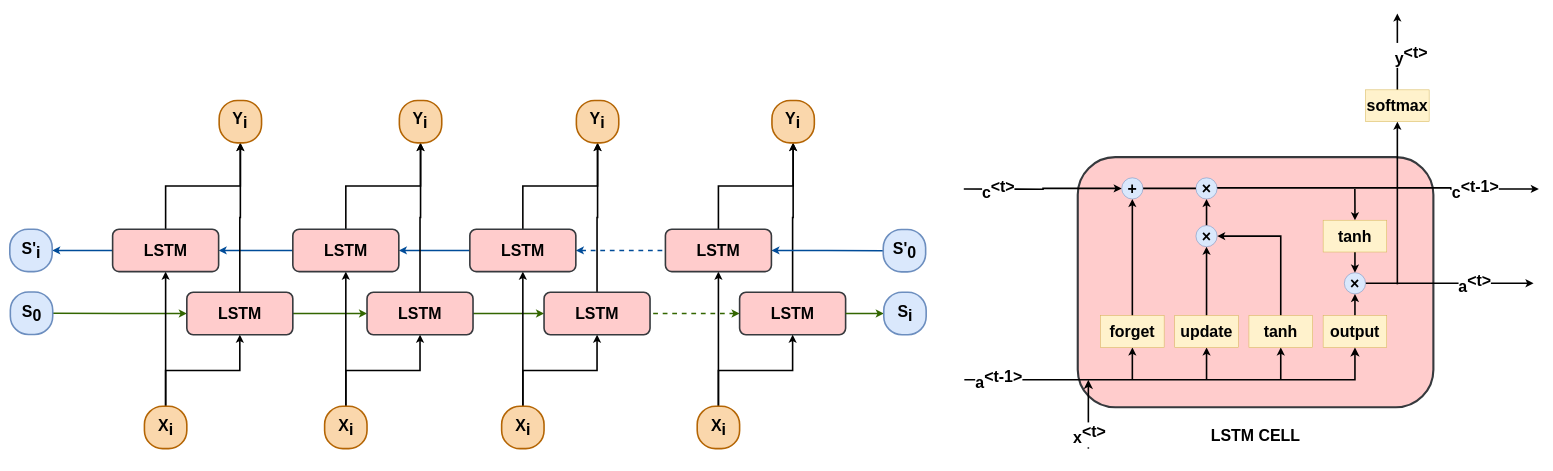
JinboYao/mentalHealthPrediction keeps this draw.io diagram as BILSTM.drawio. Above is the earlier version. Source tidied: cells renumbered, new cells numbered last; positions are measured from the earlier drawing's top-left corner, leaving out a move shared by most shapes. Both pictures are drawn from the tidied source at 53%, with x=0, y=0 at pixel (10, 13).
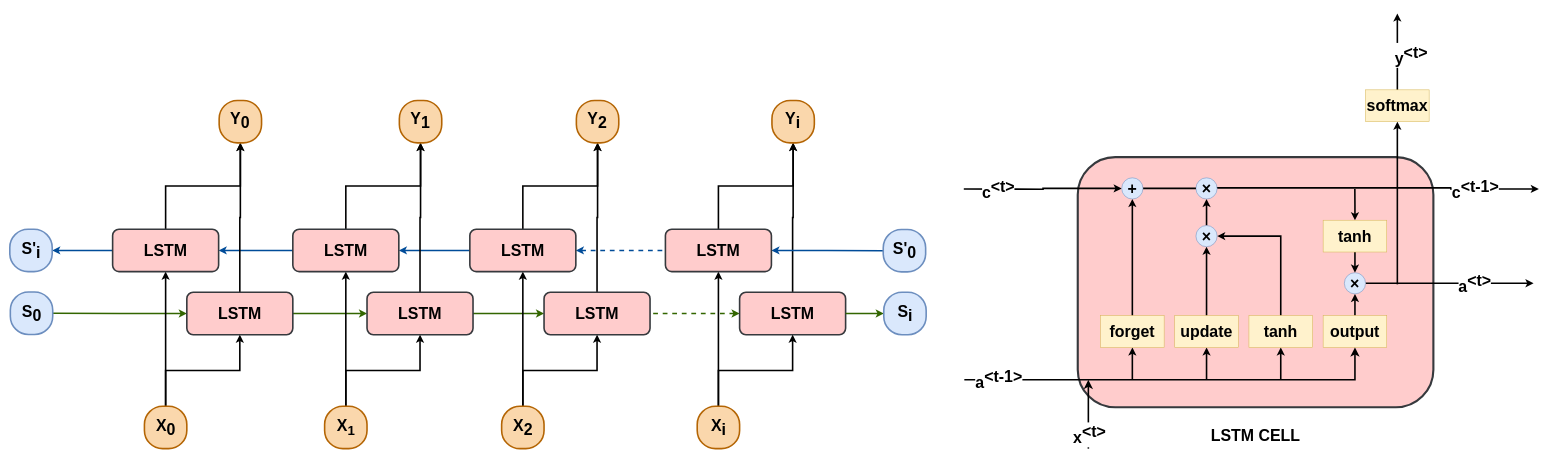
Above is the later version.

What changed in the source:
```diff
@@
-    <mxCell id="66" value="&lt;span style=&quot;font-size: 30px;&quot;&gt;&lt;font style=&quot;font-size: 30px;&quot;&gt;X&lt;/font&gt;&lt;sub style=&quot;font-size: 30px;&quot;&gt;i&lt;/sub&gt;&lt;/span&gt;" style="text;html=1;align=center;verticalAlign=middle;strokeColor=none;fillColor=none;fontStyle=1;rounded=1;fontSize=30;flipV=1;strokeWidth=3;" parent="1" vertex="1">
-      <mxGeometry x="943" y="751" width="50" height="60" as="geometry" />
+    <mxCell id="66" value="&lt;span style=&quot;font-size: 30px;&quot;&gt;&lt;font style=&quot;font-size: 30px;&quot;&gt;X&lt;/font&gt;&lt;sub style=&quot;font-size: 30px;&quot;&gt;2&lt;/sub&gt;&lt;/span&gt;" style="text;html=1;align=center;verticalAlign=middle;strokeColor=none;fillColor=none;fontStyle=1;rounded=1;fontSize=30;flipV=1;strokeWidth=3;" parent="1" vertex="1">
+      <mxGeometry x="938" y="751" width="60" height="60" as="geometry" />
     </mxCell>
@@
-    <mxCell id="72" value="&lt;font style=&quot;font-size: 30px;&quot;&gt;Y&lt;sub style=&quot;font-size: 30px;&quot;&gt;i&lt;/sub&gt;&lt;/font&gt;" style="text;html=1;align=center;verticalAlign=middle;strokeColor=none;fillColor=none;fontStyle=1;rounded=1;fontSize=30;strokeWidth=3;" parent="1" vertex="1">
-      <mxGeometry x="1083" y="172" width="50" height="60" as="geometry" />
+    <mxCell id="72" value="&lt;font style=&quot;font-size: 30px;&quot;&gt;Y&lt;sub style=&quot;font-size: 30px;&quot;&gt;2&lt;/sub&gt;&lt;/font&gt;" style="text;html=1;align=center;verticalAlign=middle;strokeColor=none;fillColor=none;fontStyle=1;rounded=1;fontSize=30;strokeWidth=3;" parent="1" vertex="1">
+      <mxGeometry x="1078" y="172" width="60" height="60" as="geometry" />
     </mxCell>
@@
-    <mxCell id="79" value="&lt;span style=&quot;font-size: 30px;&quot;&gt;&lt;font style=&quot;font-size: 30px;&quot;&gt;X&lt;/font&gt;&lt;sub style=&quot;font-size: 30px;&quot;&gt;i&lt;/sub&gt;&lt;/span&gt;" style="text;html=1;align=center;verticalAlign=middle;strokeColor=none;fillColor=none;fontStyle=1;rounded=1;fontSize=30;flipV=1;strokeWidth=3;" parent="1" vertex="1">
-      <mxGeometry x="609" y="751" width="50" height="60" as="geometry" />
+    <mxCell id="79" value="&lt;span style=&quot;font-size: 30px;&quot;&gt;&lt;font style=&quot;font-size: 30px;&quot;&gt;X&lt;sub&gt;1&lt;/sub&gt;&lt;/font&gt;&lt;/span&gt;" style="text;html=1;align=center;verticalAlign=middle;strokeColor=none;fillColor=none;fontStyle=1;rounded=1;fontSize=30;flipV=1;strokeWidth=3;" parent="1" vertex="1">
+      <mxGeometry x="604" y="751" width="60" height="60" as="geometry" />
     </mxCell>
@@
-    <mxCell id="84" value="&lt;font style=&quot;font-size: 30px;&quot;&gt;Y&lt;sub style=&quot;font-size: 30px;&quot;&gt;i&lt;/sub&gt;&lt;/font&gt;" style="text;html=1;align=center;verticalAlign=middle;strokeColor=none;fillColor=none;fontStyle=1;rounded=1;fontSize=30;strokeWidth=3;" parent="1" vertex="1">
-      <mxGeometry x="749" y="172" width="50" height="60" as="geometry" />
+    <mxCell id="84" value="&lt;font style=&quot;font-size: 30px;&quot;&gt;Y&lt;sub style=&quot;font-size: 30px;&quot;&gt;1&lt;/sub&gt;&lt;/font&gt;" style="text;html=1;align=center;verticalAlign=middle;strokeColor=none;fillColor=none;fontStyle=1;rounded=1;fontSize=30;strokeWidth=3;" parent="1" vertex="1">
+      <mxGeometry x="744" y="172" width="60" height="60" as="geometry" />
     </mxCell>
@@
-    <mxCell id="90" value="&lt;span style=&quot;font-size: 30px;&quot;&gt;&lt;font style=&quot;font-size: 30px;&quot;&gt;X&lt;/font&gt;&lt;sub style=&quot;font-size: 30px;&quot;&gt;i&lt;/sub&gt;&lt;/span&gt;" style="text;html=1;align=center;verticalAlign=middle;strokeColor=none;fillColor=none;fontStyle=1;rounded=1;fontSize=30;flipV=1;strokeWidth=3;" parent="1" vertex="1">
-      <mxGeometry x="269" y="751" width="50" height="60" as="geometry" />
+    <mxCell id="90" value="&lt;span style=&quot;font-size: 30px;&quot;&gt;&lt;font style=&quot;font-size: 30px;&quot;&gt;X&lt;/font&gt;&lt;sub style=&quot;font-size: 30px;&quot;&gt;0&lt;/sub&gt;&lt;/span&gt;" style="text;html=1;align=center;verticalAlign=middle;strokeColor=none;fillColor=none;fontStyle=1;rounded=1;fontSize=30;flipV=1;strokeWidth=3;" parent="1" vertex="1">
+      <mxGeometry x="264" y="751" width="60" height="60" as="geometry" />
     </mxCell>
@@
-    <mxCell id="94" value="&lt;font style=&quot;font-size: 30px;&quot;&gt;Y&lt;sub style=&quot;font-size: 30px;&quot;&gt;i&lt;/sub&gt;&lt;/font&gt;" style="text;html=1;align=center;verticalAlign=middle;strokeColor=none;fillColor=none;fontStyle=1;rounded=1;fontSize=30;strokeWidth=3;" parent="1" vertex="1">
-      <mxGeometry x="409" y="172" width="50" height="60" as="geometry" />
+    <mxCell id="94" value="&lt;font style=&quot;font-size: 30px;&quot;&gt;Y&lt;sub style=&quot;font-size: 30px;&quot;&gt;0&lt;/sub&gt;&lt;/font&gt;" style="text;html=1;align=center;verticalAlign=middle;strokeColor=none;fillColor=none;fontStyle=1;rounded=1;fontSize=30;strokeWidth=3;" parent="1" vertex="1">
+      <mxGeometry x="404" y="172" width="60" height="60" as="geometry" />
     </mxCell>
```
